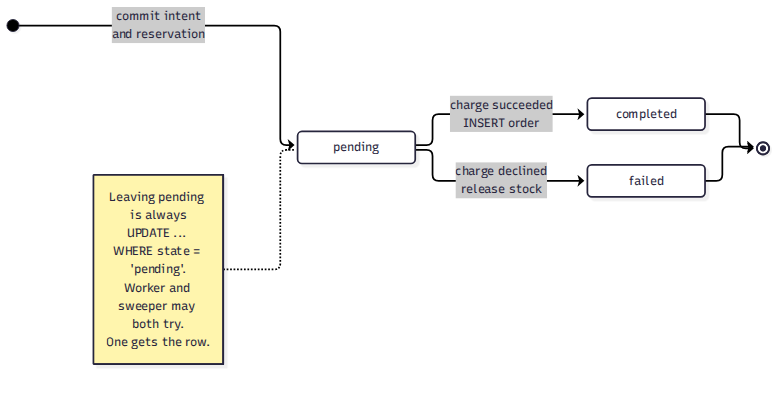
Earlier version of the Mermaid export markdown/system-design-interview/assets/008/02-states.png (haraGADygyl/medium-python-articles). Its source is kept beside it as markdown/system-design-interview/assets/008/02-states.mmd. Source of this version:
```mermaid
stateDiagram-v2
    direction LR
    [*] --> pending: commit intent<br/>and reservation
    pending --> completed: charge succeeded<br/>INSERT order
    pending --> failed: charge declined<br/>release stock
    completed --> [*]
    failed --> [*]
    note left of pending
      Leaving pending is always
      UPDATE ... WHERE state = 'pending'.
      Worker and sweeper may both try.
      One gets the row.
    end note
```
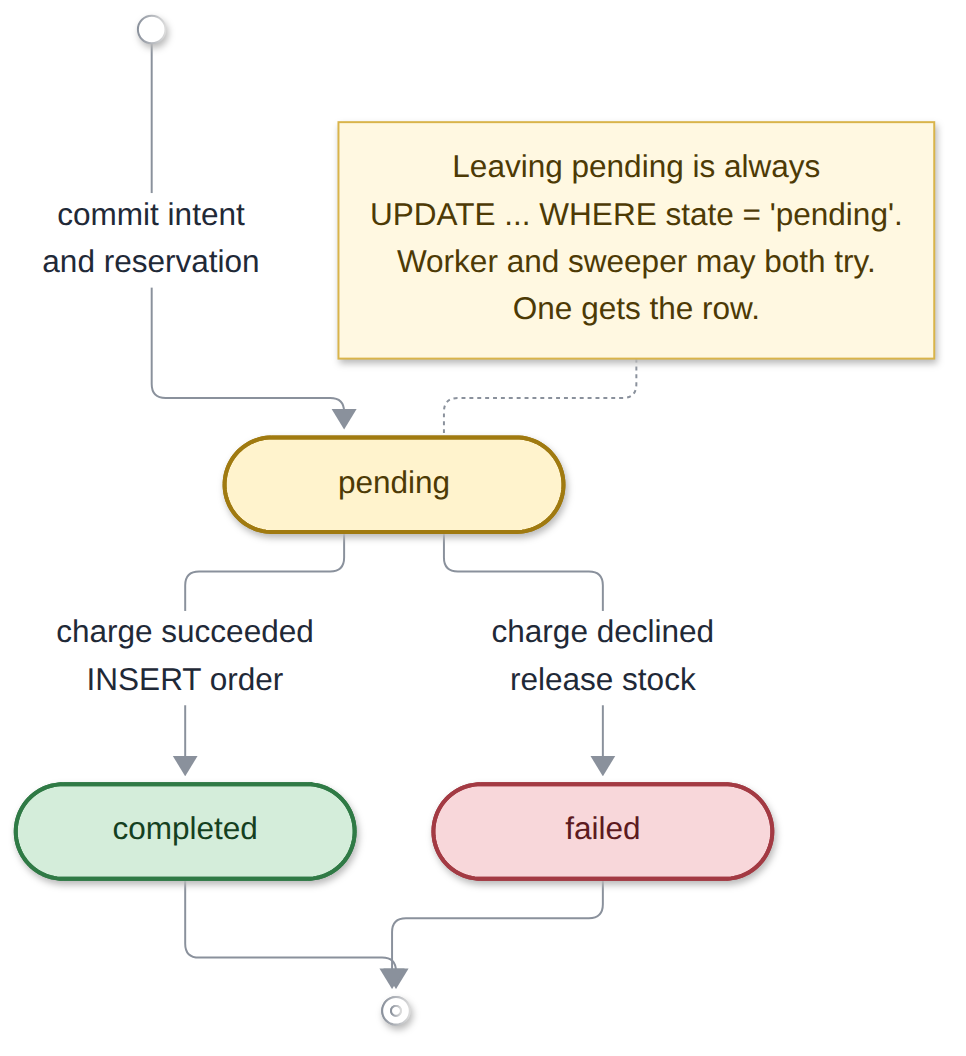
Later version of the same file.

The edit, as a diff of the source:
```diff
@@ -1,13 +1,17 @@
-stateDiagram-v2
-    direction LR
-    [*] --> pending: commit intent<br/>and reservation
-    pending --> completed: charge succeeded<br/>INSERT order
-    pending --> failed: charge declined<br/>release stock
-    completed --> [*]
-    failed --> [*]
-    note left of pending
-      Leaving pending is always
-      UPDATE ... WHERE state = 'pending'.
-      Worker and sweeper may both try.
-      One gets the row.
-    end note
+flowchart TB
+    start@{ shape: sm-circ }
+    stop@{ shape: fr-circ }
+    start -- "commit intent<br/>and reservation" --> pending(["pending"])
+    pending -- "charge succeeded<br/>INSERT order" --> completed(["completed"])
+    pending -- "charge declined<br/>release stock" --> failed(["failed"])
+    completed --> stop
+    failed --> stop
+    n1["Leaving pending is always<br/>UPDATE ... WHERE state = 'pending'.<br/>Worker and sweeper may both try.<br/>One gets the row."] -.- pending
+    classDef ok fill:#d4edda,stroke:#2f7a45,stroke-width:2px,color:#14401f
+    classDef warn fill:#fff3cd,stroke:#a07a10,stroke-width:2px,color:#4d3a05
+    classDef bad fill:#f8d7da,stroke:#a33a43,stroke-width:2px,color:#5c1a20
+    classDef note fill:#fff8e1,stroke:#d9b44a,color:#4d3a05
+    class completed ok
+    class pending warn
+    class failed bad
+    class n1 note
```
